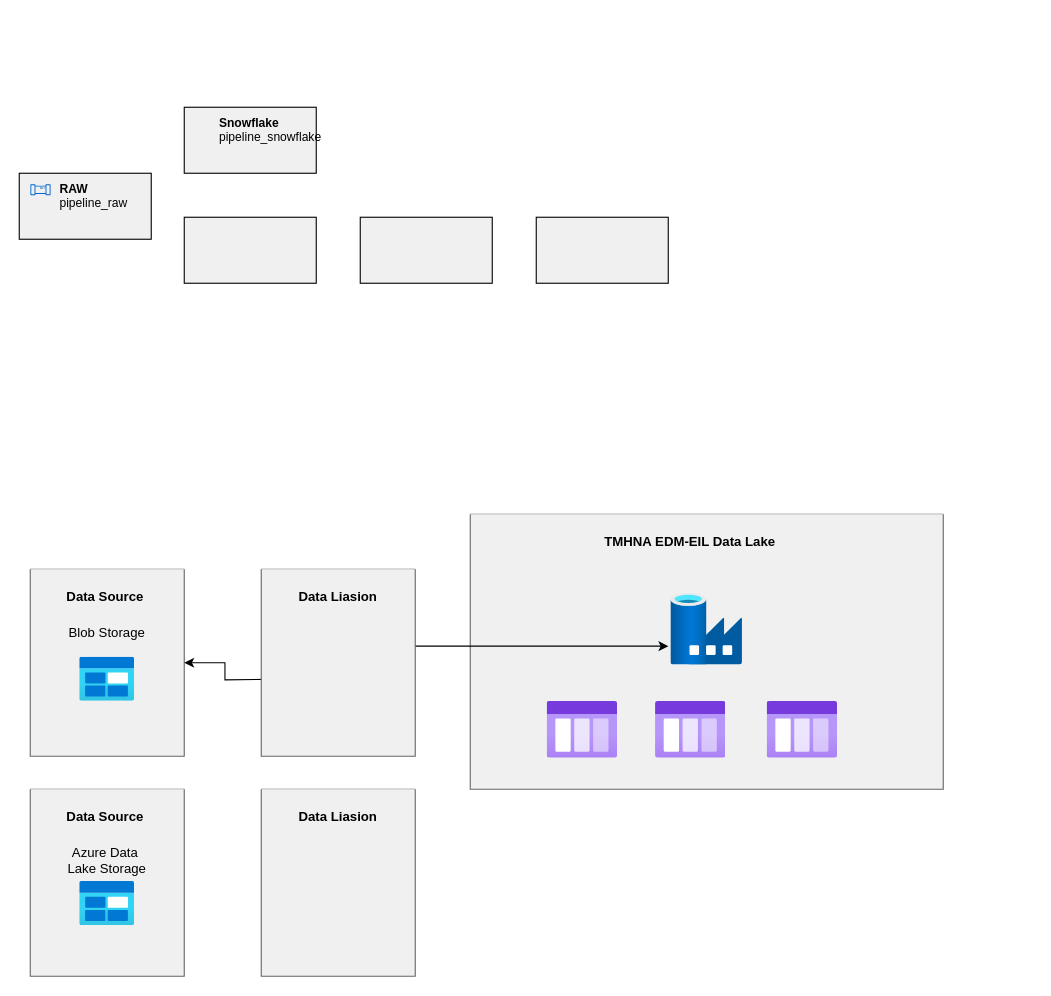
The draw.io diagram Untitled Diagram.drawio in letsacc/diagrams, before the edit. Source tidied: cells renumbered, new cells numbered last; positions are measured from the earlier drawing's top-left corner, leaving out a move shared by most shapes. Both pictures are drawn from the tidied source at 110%, with x=0, y=0 at pixel (19, 107).
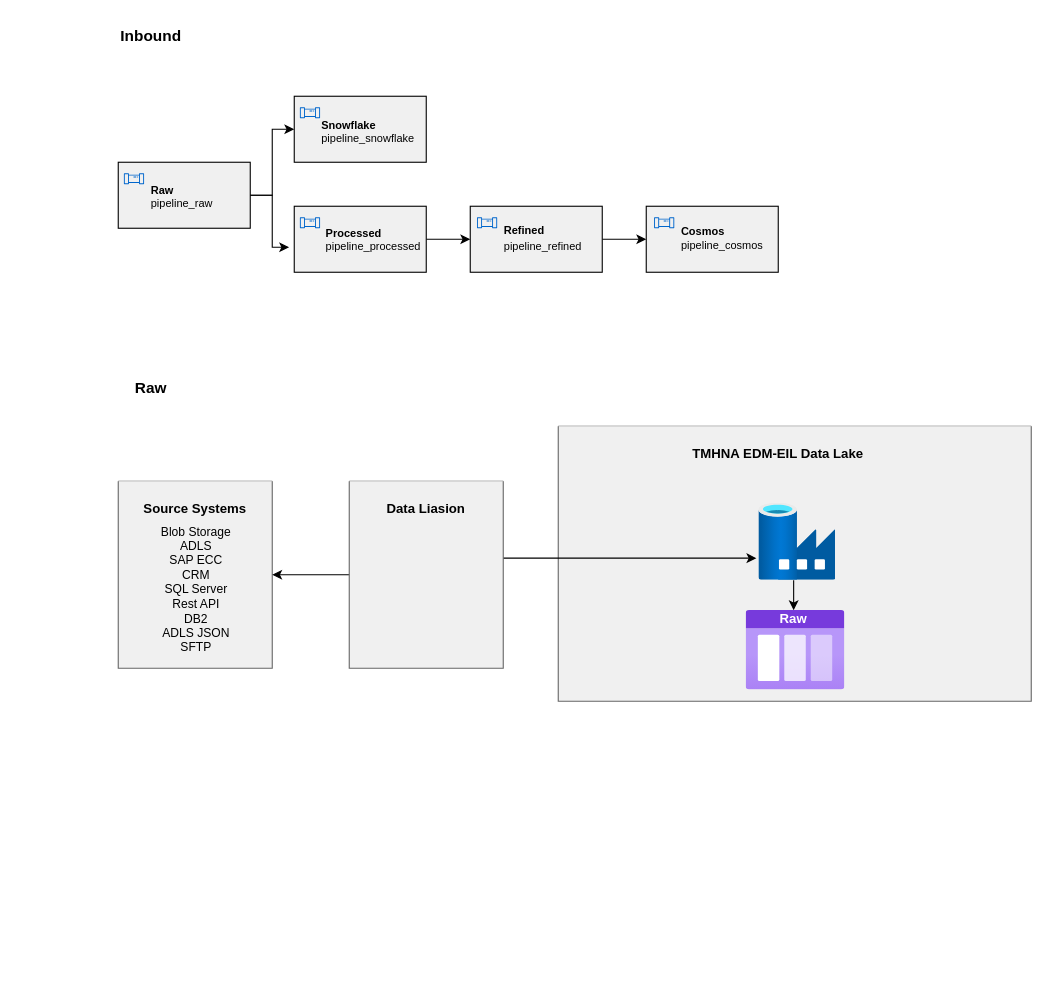
The same page after the edit.

The edit, as a diff of the source:
```diff
@@
     <mxCell id="2" style="swimlane;startSize=0;fillColor=#f5f5f5;fontColor=#333333;strokeColor=#666666;swimlaneFillColor=#F0F0F0;" parent="1" vertex="1">
-      <mxGeometry x="10" y="420" width="140" height="170" as="geometry" />
+      <mxGeometry x="90" y="340" width="140" height="170" as="geometry" />
     </mxCell>
-    <mxCell id="3" value="Data Source&amp;nbsp;" style="text;strokeColor=none;align=center;fillColor=none;html=1;verticalAlign=middle;whiteSpace=wrap;rounded=0;fontStyle=1;" parent="2" vertex="1">
+    <mxCell id="3" value="Source Systems" style="text;strokeColor=none;align=center;fillColor=none;html=1;verticalAlign=middle;whiteSpace=wrap;rounded=0;fontStyle=1;" parent="2" vertex="1">
       <mxGeometry x="20" y="10" width="100" height="30" as="geometry" />
     </mxCell>
-    <mxCell id="4" value="&lt;span style=&quot;background-color: initial; text-align: left;&quot;&gt;Blob Storage&lt;/span&gt;&lt;br&gt;&lt;div&gt;&lt;br&gt;&lt;/div&gt;" style="text;strokeColor=none;align=center;fillColor=none;html=1;verticalAlign=middle;whiteSpace=wrap;rounded=0;" parent="2" vertex="1">
-      <mxGeometry x="-10" y="50" width="160" height="30" as="geometry" />
+    <mxCell id="4" value="&lt;div style=&quot;font-size: 11px;&quot;&gt;&lt;span style=&quot;background-color: initial; font-size: 11px;&quot;&gt;Blob Storage&lt;/span&gt;&lt;br&gt;&lt;span style=&quot;background-color: initial;&quot;&gt;ADLS&lt;/span&gt;&lt;br&gt;&lt;span style=&quot;background-color: initial;&quot;&gt;SAP ECC&lt;/span&gt;&lt;br&gt;&lt;span style=&quot;background-color: initial;&quot;&gt;CRM&lt;/span&gt;&lt;br&gt;&lt;span style=&quot;background-color: initial;&quot;&gt;SQL Server&lt;/span&gt;&lt;br&gt;&lt;span style=&quot;background-color: initial;&quot;&gt;Rest API&lt;/span&gt;&lt;br&gt;&lt;span style=&quot;background-color: initial;&quot;&gt;DB2&lt;/span&gt;&lt;br&gt;&lt;/div&gt;&lt;div style=&quot;font-size: 11px;&quot;&gt;&lt;span style=&quot;background-color: initial;&quot;&gt;ADLS JSON&lt;/span&gt;&lt;/div&gt;&lt;div style=&quot;font-size: 11px;&quot;&gt;&lt;span style=&quot;background-color: initial;&quot;&gt;SFTP&lt;/span&gt;&lt;/div&gt;&lt;div style=&quot;font-size: 11px;&quot;&gt;&lt;div&gt;&lt;br&gt;&lt;/div&gt;&lt;/div&gt;" style="text;strokeColor=none;align=center;fillColor=none;html=1;verticalAlign=middle;whiteSpace=wrap;rounded=0;" parent="2" vertex="1">
+      <mxGeometry x="6" y="50" width="130" height="110" as="geometry" />
     </mxCell>
-    <mxCell id="5" style="image;html=1;align=center;fontSize=12;image=img/lib/azure2/general/Blob_Block.svg;" parent="2" vertex="1">
-      <mxGeometry x="45" y="80" width="50" height="40" as="geometry" />
-    </mxCell>
     <mxCell id="6" style="edgeStyle=orthogonalEdgeStyle;rounded=0;jettySize=auto;html=1;entryX=1;entryY=0.5;entryDx=0;entryDy=0;" parent="1" edge="1" target="2">
       <mxGeometry relative="1" as="geometry">
-        <mxPoint x="224" y="520.1" as="sourcePoint" />
+        <mxPoint x="304" y="440.1" as="sourcePoint" />
+        <Array as="points">
+          <mxPoint x="304" y="425" />
+        </Array>
       </mxGeometry>
     </mxCell>
     <mxCell id="7" style="swimlane;startSize=0;fillColor=#f5f5f5;fontColor=#333333;strokeColor=#666666;swimlaneFillColor=#F0F0F0;textOpacity=60;" parent="1" vertex="1">
-      <mxGeometry x="410" y="370" width="430" height="250" as="geometry" />
+      <mxGeometry x="490" y="290" width="430" height="250" as="geometry" />
     </mxCell>
@@
+    <mxCell id="30" style="edgeStyle=orthogonalEdgeStyle;rounded=0;jettySize=auto;html=1;" parent="7" edge="1" source="9" target="10">
+      <mxGeometry relative="1" as="geometry">
+        <Array as="points">
+          <mxPoint x="214" y="150" />
+          <mxPoint x="214" y="150" />
+        </Array>
+      </mxGeometry>
+    </mxCell>
     <mxCell id="9" style="image;html=1;points=[];align=center;fontSize=12;image=img/lib/azure2/databases/Data_Factory.svg;" parent="7" vertex="1">
-      <mxGeometry x="182.5" y="72" width="65" height="65" as="geometry" />
+      <mxGeometry x="182.5" y="70" width="70" height="70" as="geometry" />
     </mxCell>
     <mxCell id="10" style="image;html=1;points=[];align=center;fontSize=12;image=img/lib/azure2/general/Storage_Queue.svg;" parent="7" vertex="1">
-      <mxGeometry x="70" y="170" width="64" height="52" as="geometry" />
+      <mxGeometry x="170.9" y="167.2" width="89.7" height="72.8" as="geometry" />
     </mxCell>
-    <mxCell id="11" style="image;html=1;align=center;fontSize=12;image=img/lib/azure2/general/Storage_Queue.svg;" parent="7" vertex="1">
-      <mxGeometry x="168.5" y="170" width="64" height="52" as="geometry" />
-    </mxCell>
-    <mxCell id="12" style="image;html=1;align=center;fontSize=12;image=img/lib/azure2/general/Storage_Queue.svg;" parent="7" vertex="1">
-      <mxGeometry x="270" y="170" width="64" height="52" as="geometry" />
-    </mxCell>
@@
+    <mxCell id="31" value="Raw" style="text;strokeColor=none;align=center;fillColor=none;html=1;verticalAlign=middle;whiteSpace=wrap;rounded=0;fontSize=12;fontColor=#FFFFFF;fontStyle=1;" parent="7" vertex="1">
+      <mxGeometry x="183.8" y="160" width="60" height="30" as="geometry" />
+    </mxCell>
     <mxCell id="14" style="swimlane;startSize=0;fillColor=#f5f5f5;fontColor=#333333;strokeColor=#666666;swimlaneFillColor=#F0F0F0;" parent="1" vertex="1">
-      <mxGeometry x="220" y="420" width="140" height="170" as="geometry" />
+      <mxGeometry x="300" y="340" width="140" height="170" as="geometry" />
     </mxCell>
@@
-    <mxCell id="16" style="swimlane;startSize=0;fillColor=#f5f5f5;fontColor=#333333;strokeColor=#666666;swimlaneFillColor=#F0F0F0;" parent="1" vertex="1">
-      <mxGeometry x="10" y="620" width="140" height="170" as="geometry" />
-    </mxCell>
-    <mxCell id="17" value="Data Source&amp;nbsp;" style="text;strokeColor=none;align=center;fillColor=none;html=1;verticalAlign=middle;whiteSpace=wrap;rounded=0;fontStyle=1;" parent="16" vertex="1">
-      <mxGeometry x="20" y="10" width="100" height="30" as="geometry" />
-    </mxCell>
-    <mxCell id="18" value="&lt;div&gt;Azure Data&amp;nbsp;&lt;/div&gt;&lt;div&gt;Lake Storage&lt;/div&gt;" style="text;strokeColor=none;align=center;fillColor=none;html=1;verticalAlign=middle;whiteSpace=wrap;rounded=0;" parent="16" vertex="1">
-      <mxGeometry x="-10" y="50" width="160" height="30" as="geometry" />
-    </mxCell>
-    <mxCell id="19" style="image;html=1;align=center;fontSize=12;image=img/lib/azure2/general/Blob_Block.svg;" parent="16" vertex="1">
-      <mxGeometry x="45" y="84" width="50" height="40" as="geometry" />
-    </mxCell>
-    <mxCell id="20" style="swimlane;startSize=0;fillColor=#f5f5f5;fontColor=#333333;strokeColor=#666666;swimlaneFillColor=#F0F0F0;" parent="1" vertex="1">
-      <mxGeometry x="220" y="620" width="140" height="170" as="geometry" />
-    </mxCell>
-    <mxCell id="21" value="Data Liasion" style="text;strokeColor=none;align=center;fillColor=none;html=1;verticalAlign=middle;whiteSpace=wrap;rounded=0;fontStyle=1;" parent="20" vertex="1">
-      <mxGeometry x="20" y="10" width="100" height="30" as="geometry" />
-    </mxCell>
+    <mxCell id="32" style="edgeStyle=orthogonalEdgeStyle;rounded=0;jettySize=auto;html=1;entryX=0;entryY=0.5;entryDx=0;entryDy=0;" parent="1" edge="1" source="22" target="25">
+      <mxGeometry relative="1" as="geometry" />
+    </mxCell>
     <mxCell id="22" style="rounded=0;whiteSpace=wrap;html=1;fillColor=#F0F0F0;" parent="1" vertex="1">
-      <mxGeometry y="60" width="120" height="60" as="geometry" />
+      <mxGeometry x="90" y="50" width="120" height="60" as="geometry" />
     </mxCell>
-    <mxCell id="23" value="&lt;b style=&quot;font-size: 11px;&quot;&gt;&lt;font style=&quot;font-size: 11px;&quot;&gt;RAW&lt;/font&gt;&lt;/b&gt;&lt;div style=&quot;font-size: 11px;&quot;&gt;&lt;font style=&quot;font-size: 11px;&quot;&gt;pipeline_raw&lt;/font&gt;&lt;/div&gt;" style="text;strokeColor=none;align=left;fillColor=none;html=1;verticalAlign=middle;whiteSpace=wrap;rounded=0;" parent="1" vertex="1">
-      <mxGeometry x="35" y="70" width="50" height="20" as="geometry" />
+    <mxCell id="23" value="&lt;b style=&quot;font-size: 10px;&quot;&gt;&lt;font style=&quot;font-size: 10px;&quot;&gt;Raw&lt;/font&gt;&lt;/b&gt;&lt;div style=&quot;font-size: 10px;&quot;&gt;&lt;font style=&quot;font-size: 10px;&quot;&gt;pipeline_raw&lt;/font&gt;&lt;/div&gt;" style="text;strokeColor=none;align=left;fillColor=none;html=1;verticalAlign=middle;whiteSpace=wrap;rounded=0;fontSize=10;" parent="1" vertex="1">
+      <mxGeometry x="118" y="71" width="50" height="20" as="geometry" />
     </mxCell>
     <mxCell id="24" style="sketch=0;fontColor=#232F3E;gradientColor=none;fillColor=#0066CC;strokeColor=none;dashed=0;verticalLabelPosition=bottom;verticalAlign=top;align=center;html=1;fontSize=12;fontStyle=0;shape=mxgraph.aws4.iot_analytics_pipeline;strokeWidth=3;fillStyle=solid;" parent="1" vertex="1">
-      <mxGeometry x="10" y="70" width="18.6" height="10" as="geometry" />
+      <mxGeometry x="95" y="60" width="18.6" height="10" as="geometry" />
     </mxCell>
     <mxCell id="25" style="rounded=0;whiteSpace=wrap;html=1;fillColor=#F0F0F0;" parent="1" vertex="1">
-      <mxGeometry x="150" width="120" height="60" as="geometry" />
+      <mxGeometry x="250" y="-10" width="120" height="60" as="geometry" />
     </mxCell>
+    <mxCell id="33" style="edgeStyle=orthogonalEdgeStyle;rounded=0;jettySize=auto;html=1;exitX=1;exitY=0.5;exitDx=0;exitDy=0;entryX=0;entryY=0.5;entryDx=0;entryDy=0;" parent="1" edge="1" source="26" target="27">
+      <mxGeometry relative="1" as="geometry" />
+    </mxCell>
     <mxCell id="26" style="rounded=0;whiteSpace=wrap;html=1;fillColor=#F0F0F0;" parent="1" vertex="1">
-      <mxGeometry x="150" y="100" width="120" height="60" as="geometry" />
+      <mxGeometry x="250" y="90" width="120" height="60" as="geometry" />
     </mxCell>
+    <mxCell id="34" style="edgeStyle=orthogonalEdgeStyle;rounded=0;jettySize=auto;html=1;exitX=1;exitY=0.5;exitDx=0;exitDy=0;entryX=0;entryY=0.5;entryDx=0;entryDy=0;" parent="1" edge="1" source="27" target="28">
+      <mxGeometry relative="1" as="geometry" />
+    </mxCell>
     <mxCell id="27" style="rounded=0;whiteSpace=wrap;html=1;fillColor=#F0F0F0;" parent="1" vertex="1">
-      <mxGeometry x="310" y="100" width="120" height="60" as="geometry" />
+      <mxGeometry x="410" y="90" width="120" height="60" as="geometry" />
     </mxCell>
     <mxCell id="28" style="rounded=0;whiteSpace=wrap;html=1;fillColor=#F0F0F0;" parent="1" vertex="1">
-      <mxGeometry x="470" y="100" width="120" height="60" as="geometry" />
+      <mxGeometry x="570" y="90" width="120" height="60" as="geometry" />
     </mxCell>
+    <mxCell id="35" value="&lt;b style=&quot;font-size: 10px;&quot;&gt;&lt;font style=&quot;font-size: 10px;&quot;&gt;Processed&lt;/font&gt;&lt;/b&gt;&lt;div style=&quot;font-size: 10px;&quot;&gt;&lt;font style=&quot;font-size: 10px;&quot;&gt;pipeline_processed&lt;/font&gt;&lt;/div&gt;" style="text;strokeColor=none;align=left;fillColor=none;html=1;verticalAlign=middle;whiteSpace=wrap;rounded=0;fontSize=10;" parent="1" vertex="1">
+      <mxGeometry x="277" y="110" width="50" height="20" as="geometry" />
+    </mxCell>
+    <mxCell id="36" style="sketch=0;fontColor=#232F3E;gradientColor=none;fillColor=#0066CC;strokeColor=none;dashed=0;verticalLabelPosition=bottom;verticalAlign=top;align=center;html=1;fontSize=12;fontStyle=0;shape=mxgraph.aws4.iot_analytics_pipeline;strokeWidth=3;fillStyle=solid;" parent="1" vertex="1">
+      <mxGeometry x="255" y="100" width="18.6" height="10" as="geometry" />
+    </mxCell>
+    <mxCell id="37" value="&lt;b style=&quot;&quot;&gt;&lt;font style=&quot;font-size: 10px;&quot;&gt;Refined&lt;/font&gt;&lt;/b&gt;&lt;div style=&quot;font-size: 11px;&quot;&gt;&lt;font style=&quot;font-size: 10px;&quot;&gt;pipeline_refined&lt;/font&gt;&lt;/div&gt;" style="text;strokeColor=none;align=left;fillColor=none;html=1;verticalAlign=middle;whiteSpace=wrap;rounded=0;fontSize=11;" parent="1" vertex="1">
+      <mxGeometry x="439" y="109" width="50" height="20" as="geometry" />
+    </mxCell>
+    <mxCell id="38" style="sketch=0;fontColor=#232F3E;gradientColor=none;fillColor=#0066CC;strokeColor=none;dashed=0;verticalLabelPosition=bottom;verticalAlign=top;align=center;html=1;fontSize=12;fontStyle=0;shape=mxgraph.aws4.iot_analytics_pipeline;strokeWidth=3;fillStyle=solid;" parent="1" vertex="1">
+      <mxGeometry x="416" y="100" width="18.6" height="10" as="geometry" />
+    </mxCell>
+    <mxCell id="39" value="&lt;b style=&quot;font-size: 10px;&quot;&gt;&lt;font style=&quot;font-size: 10px;&quot;&gt;Cosmos&lt;/font&gt;&lt;/b&gt;&lt;div style=&quot;font-size: 10px;&quot;&gt;&lt;font style=&quot;font-size: 10px;&quot;&gt;pipeline_cosmos&lt;/font&gt;&lt;/div&gt;" style="text;strokeColor=none;align=left;fillColor=none;html=1;verticalAlign=middle;whiteSpace=wrap;rounded=0;fontSize=11;" parent="1" vertex="1">
+      <mxGeometry x="600" y="109" width="50" height="20" as="geometry" />
+    </mxCell>
+    <mxCell id="40" style="sketch=0;fontColor=#232F3E;gradientColor=none;fillColor=#0066CC;strokeColor=none;dashed=0;verticalLabelPosition=bottom;verticalAlign=top;align=center;html=1;fontSize=12;fontStyle=0;shape=mxgraph.aws4.iot_analytics_pipeline;strokeWidth=3;fillStyle=solid;" parent="1" vertex="1">
+      <mxGeometry x="577" y="100" width="18.6" height="10" as="geometry" />
+    </mxCell>
-    <mxCell id="29" value="&lt;b style=&quot;font-size: 11px;&quot;&gt;&lt;font style=&quot;font-size: 11px;&quot;&gt;Snowflake&lt;/font&gt;&lt;/b&gt;&lt;div style=&quot;font-size: 11px;&quot;&gt;&lt;font style=&quot;font-size: 11px;&quot;&gt;pipeline_snowflake&lt;/font&gt;&lt;/div&gt;" style="text;strokeColor=none;align=left;fillColor=none;html=1;verticalAlign=middle;whiteSpace=wrap;rounded=0;" parent="1" vertex="1">
-      <mxGeometry x="180" y="10" width="50" height="20" as="geometry" />
+    <mxCell id="29" value="&lt;b style=&quot;font-size: 10px;&quot;&gt;&lt;font style=&quot;font-size: 10px;&quot;&gt;Snowflake&lt;/font&gt;&lt;/b&gt;&lt;div style=&quot;font-size: 10px;&quot;&gt;&lt;font style=&quot;font-size: 10px;&quot;&gt;pipeline_snowflake&lt;/font&gt;&lt;/div&gt;" style="text;strokeColor=none;align=left;fillColor=none;html=1;verticalAlign=middle;whiteSpace=wrap;rounded=0;fontSize=10;" parent="1" vertex="1">
+      <mxGeometry x="273" y="12" width="50" height="20" as="geometry" />
     </mxCell>
+    <mxCell id="41" style="sketch=0;fontColor=#232F3E;gradientColor=none;fillColor=#0066CC;strokeColor=none;dashed=0;verticalLabelPosition=bottom;verticalAlign=top;align=center;html=1;fontSize=12;fontStyle=0;shape=mxgraph.aws4.iot_analytics_pipeline;strokeWidth=3;fillStyle=solid;" parent="1" vertex="1">
+      <mxGeometry x="255" width="18.6" height="10" as="geometry" />
+    </mxCell>
+    <mxCell id="42" style="edgeStyle=orthogonalEdgeStyle;rounded=0;jettySize=auto;html=1;exitX=1;exitY=0.5;exitDx=0;exitDy=0;entryX=-0.039;entryY=0.622;entryDx=0;entryDy=0;entryPerimeter=0;" parent="1" edge="1" source="22" target="26">
+      <mxGeometry relative="1" as="geometry" />
+    </mxCell>
+    <mxCell id="43" value="Inbound" style="text;strokeColor=none;align=center;fillColor=none;html=1;verticalAlign=middle;whiteSpace=wrap;rounded=0;fontStyle=1;fontSize=14;" parent="1" vertex="1">
+      <mxGeometry x="90" y="-80" width="60" height="30" as="geometry" />
+    </mxCell>
+    <mxCell id="44" value="Raw" style="text;strokeColor=none;align=center;fillColor=none;html=1;verticalAlign=middle;whiteSpace=wrap;rounded=0;fontStyle=1;fontSize=14;" parent="1" vertex="1">
+      <mxGeometry x="90" y="230" width="60" height="50" as="geometry" />
+    </mxCell>
```
